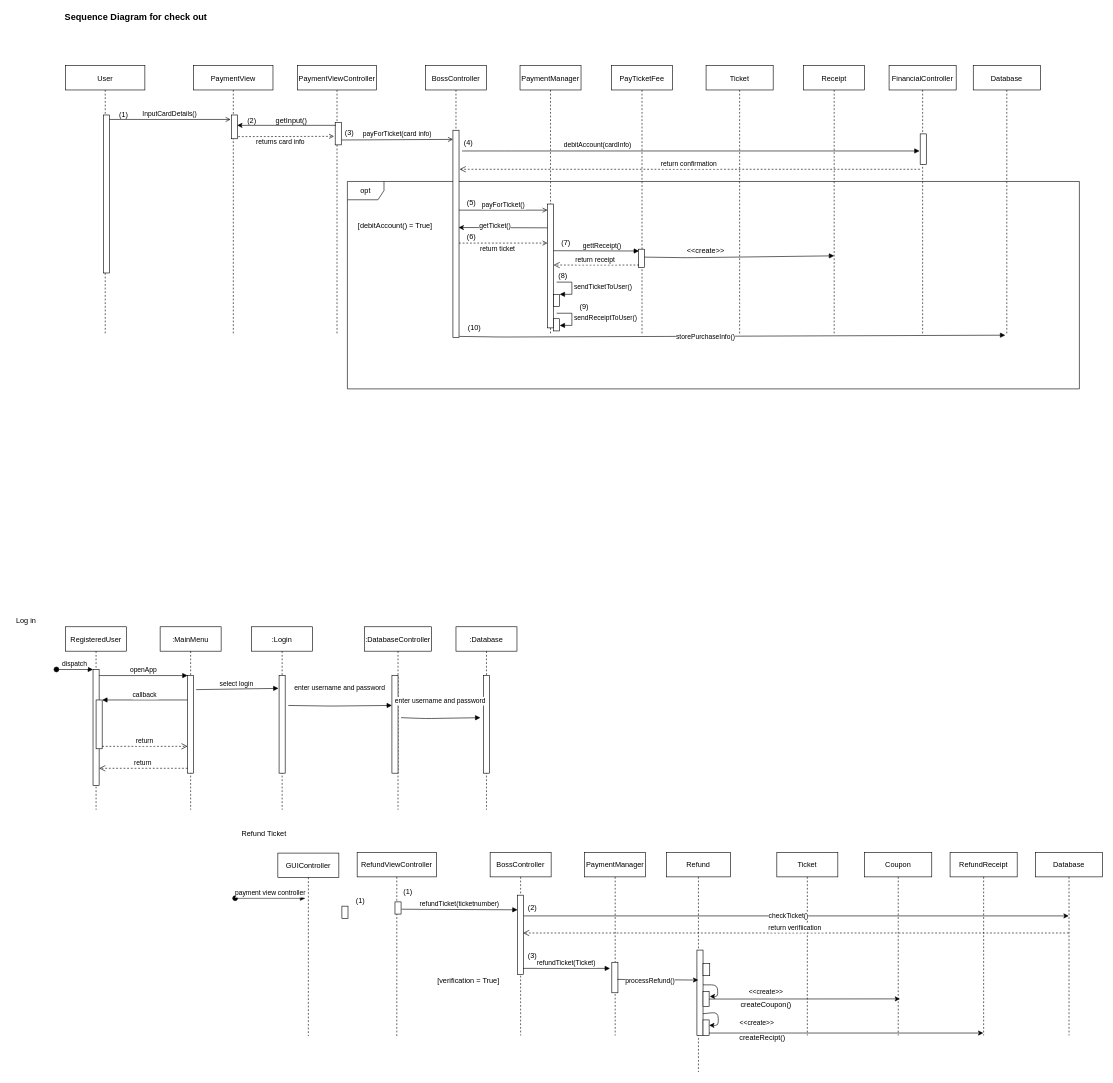
Earlier version of the draw.io diagram checkout_sequence_diagram.drawio (mklasby/ENSF_619_PROJECT). Source tidied: cells renumbered, new cells numbered last; positions are measured from the earlier drawing's top-left corner, leaving out a move shared by most shapes. Both pictures are drawn from the tidied source at 61%, with x=0, y=0 at pixel (10, 10).
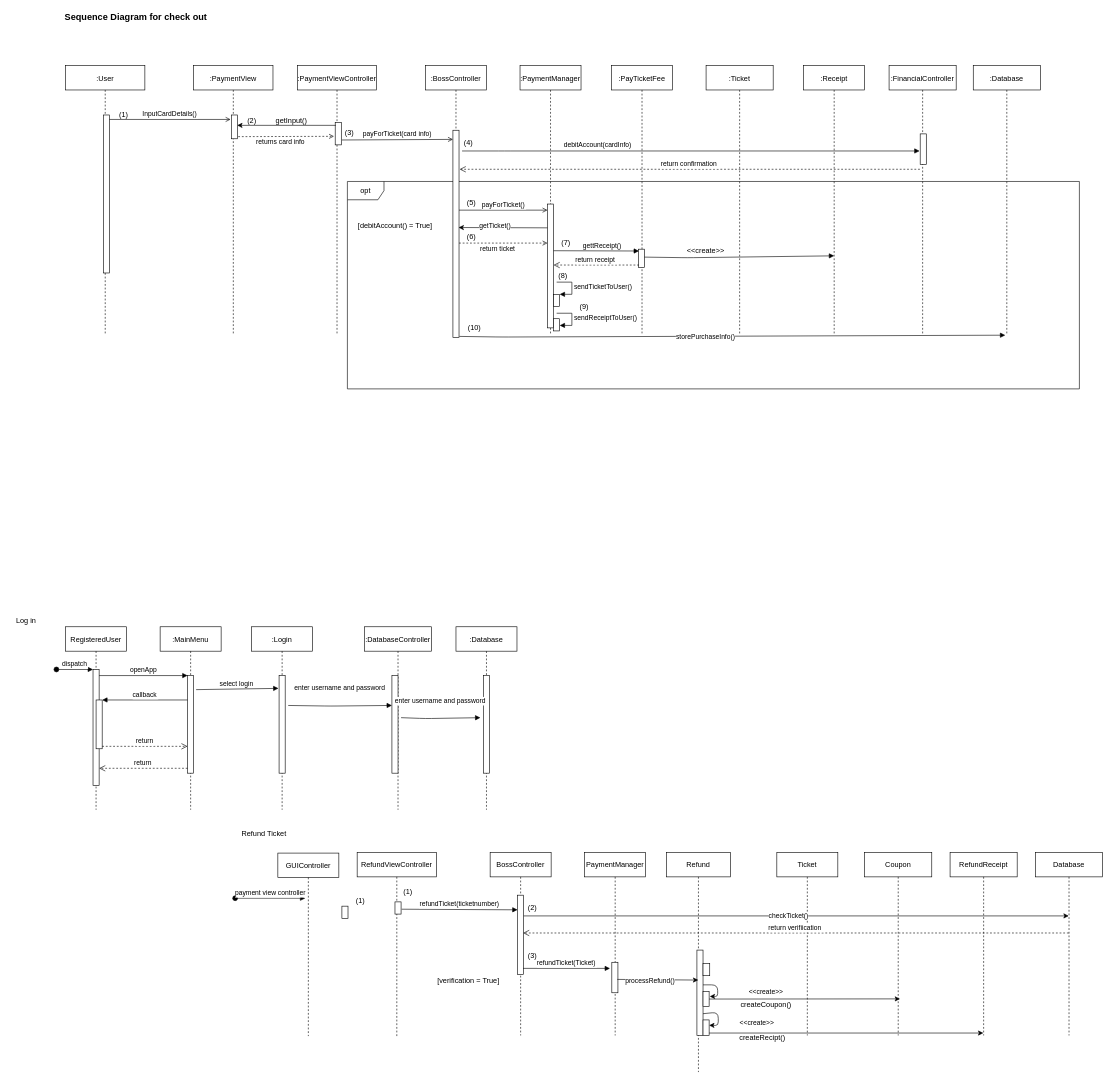
After the change.

Commit message:
added checkout sequence diagram

Change to the diagram source:
```diff
@@
-    <mxCell id="24" value="BossController" style="shape=umlLifeline;perimeter=lifelinePerimeter;rounded=0;shadow=0;strokeWidth=1;" parent="1" vertex="1">
+    <mxCell id="24" value=":BossController" style="shape=umlLifeline;perimeter=lifelinePerimeter;rounded=0;shadow=0;strokeWidth=1;" parent="1" vertex="1">
       <mxGeometry x="680" y="90" width="100" height="410" as="geometry" />
     </mxCell>
@@
-    <mxCell id="26" value="PaymentManager" style="shape=umlLifeline;perimeter=lifelinePerimeter;rounded=0;shadow=0;strokeWidth=1;" parent="1" vertex="1">
+    <mxCell id="26" value=":PaymentManager" style="shape=umlLifeline;perimeter=lifelinePerimeter;rounded=0;shadow=0;strokeWidth=1;" parent="1" vertex="1">
       <mxGeometry x="835" y="90" width="100" height="440" as="geometry" />
     </mxCell>
@@
-    <mxCell id="28" value="PayTicketFee" style="shape=umlLifeline;perimeter=lifelinePerimeter;rounded=0;shadow=0;strokeWidth=1;" parent="1" vertex="1">
+    <mxCell id="28" value=":PayTicketFee" style="shape=umlLifeline;perimeter=lifelinePerimeter;rounded=0;shadow=0;strokeWidth=1;" parent="1" vertex="1">
       <mxGeometry x="985" y="90" width="100" height="440" as="geometry" />
     </mxCell>
@@
-    <mxCell id="30" value="Ticket" style="shape=umlLifeline;perimeter=lifelinePerimeter;rounded=0;shadow=0;strokeWidth=1;" parent="1" vertex="1">
+    <mxCell id="30" value=":Ticket" style="shape=umlLifeline;perimeter=lifelinePerimeter;rounded=0;shadow=0;strokeWidth=1;" parent="1" vertex="1">
       <mxGeometry x="1140" y="90" width="110" height="440" as="geometry" />
     </mxCell>
-    <mxCell id="31" value="Receipt" style="shape=umlLifeline;perimeter=lifelinePerimeter;rounded=0;shadow=0;strokeWidth=1;" parent="1" vertex="1">
+    <mxCell id="31" value=":Receipt" style="shape=umlLifeline;perimeter=lifelinePerimeter;rounded=0;shadow=0;strokeWidth=1;" parent="1" vertex="1">
       <mxGeometry x="1300" y="90" width="100" height="440" as="geometry" />
     </mxCell>
-    <mxCell id="32" value="FinancialController" style="shape=umlLifeline;perimeter=lifelinePerimeter;rounded=0;shadow=0;strokeWidth=1;" parent="1" vertex="1">
+    <mxCell id="32" value=":FinancialController" style="shape=umlLifeline;perimeter=lifelinePerimeter;rounded=0;shadow=0;strokeWidth=1;" parent="1" vertex="1">
       <mxGeometry x="1440" y="90" width="110" height="440" as="geometry" />
     </mxCell>
@@
-    <mxCell id="81" value="Database" style="shape=umlLifeline;perimeter=lifelinePerimeter;rounded=0;shadow=0;strokeWidth=1;" parent="1" vertex="1">
+    <mxCell id="81" value=":Database" style="shape=umlLifeline;perimeter=lifelinePerimeter;rounded=0;shadow=0;strokeWidth=1;" parent="1" vertex="1">
       <mxGeometry x="1578" y="90" width="110" height="440" as="geometry" />
     </mxCell>
@@
-    <mxCell id="84" value="PaymentViewController" style="shape=umlLifeline;perimeter=lifelinePerimeter;rounded=0;shadow=0;strokeWidth=1;" parent="1" vertex="1">
+    <mxCell id="84" value=":PaymentViewController" style="shape=umlLifeline;perimeter=lifelinePerimeter;rounded=0;shadow=0;strokeWidth=1;" parent="1" vertex="1">
       <mxGeometry x="470" y="90" width="130" height="440" as="geometry" />
     </mxCell>
@@
-    <mxCell id="100" value="PaymentView" style="shape=umlLifeline;perimeter=lifelinePerimeter;rounded=0;shadow=0;strokeWidth=1;" parent="1" vertex="1">
+    <mxCell id="100" value=":PaymentView" style="shape=umlLifeline;perimeter=lifelinePerimeter;rounded=0;shadow=0;strokeWidth=1;" parent="1" vertex="1">
       <mxGeometry x="300" y="90" width="130" height="440" as="geometry" />
     </mxCell>
@@
-    <mxCell id="102" value="User" style="shape=umlLifeline;perimeter=lifelinePerimeter;rounded=0;shadow=0;strokeWidth=1;" parent="1" vertex="1">
+    <mxCell id="102" value=":User" style="shape=umlLifeline;perimeter=lifelinePerimeter;rounded=0;shadow=0;strokeWidth=1;" parent="1" vertex="1">
       <mxGeometry x="90" y="90" width="130" height="440" as="geometry" />
     </mxCell>
```
